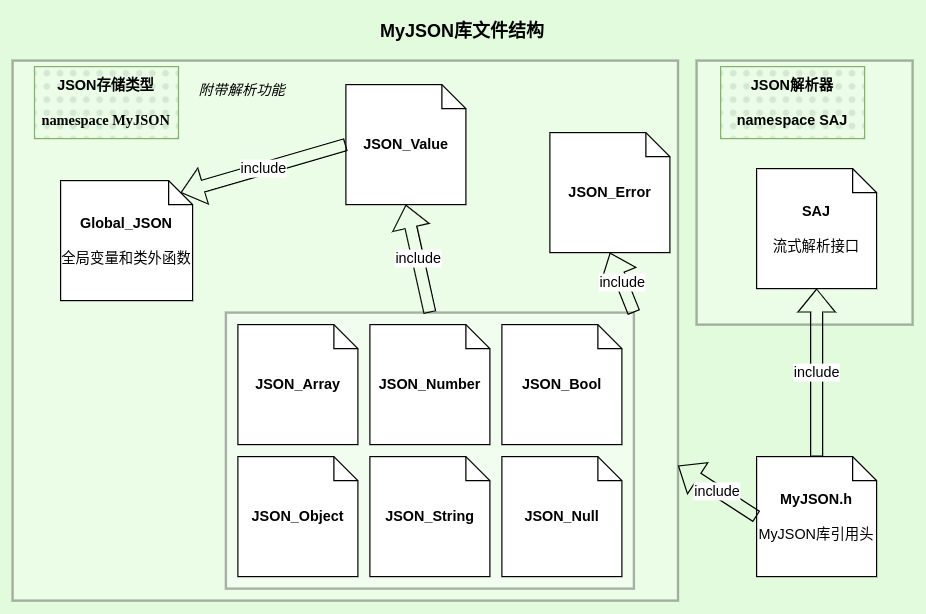
Before: pic_src/files.png, a diagram exported from draw.io (Tankckr/JSON_analyser). Source tidied: cells renumbered, new cells last; positions are measured from the earlier drawing's top-left corner, leaving out a move shared by most shapes.
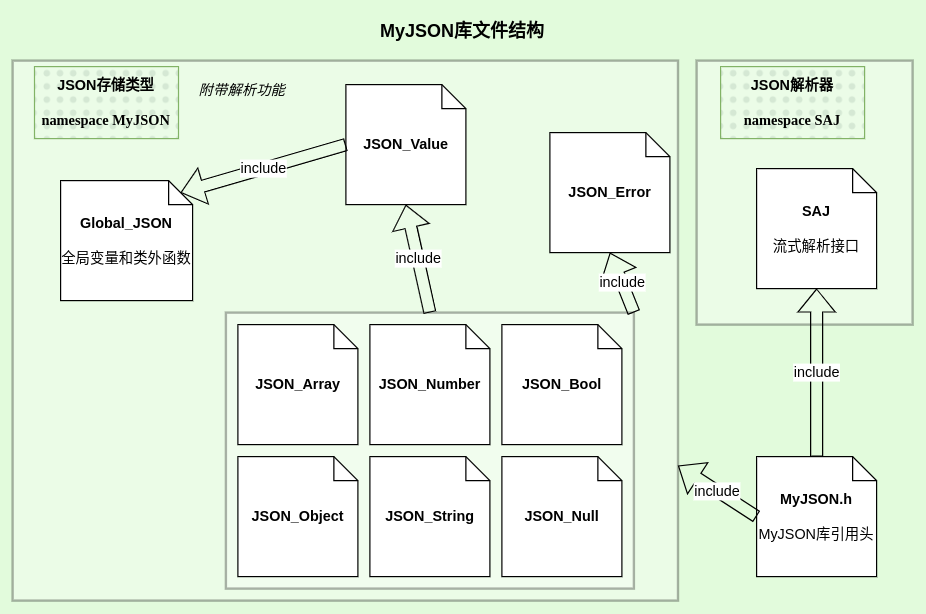
The same diagram one commit later.

Diff of the diagram source:
```diff
@@ -68,7 +68,7 @@
     <mxCell id="23" value="&lt;font style=&quot;font-size: 11px;&quot;&gt;附带解析功能&lt;/font&gt;" style="text;strokeColor=none;align=center;fillColor=none;html=1;verticalAlign=middle;whiteSpace=wrap;rounded=0;fontStyle=2;fontSize=8;fillStyle=dots;" parent="1" vertex="1">
       <mxGeometry x="150" y="60" width="102.8" height="30" as="geometry" />
     </mxCell>
-    <mxCell id="24" value="JSON解析器&lt;div&gt;&lt;br&gt;&lt;/div&gt;&lt;div&gt;namespace SAJ&lt;/div&gt;" style="text;strokeColor=#82b366;align=center;fillColor=#d5e8d4;html=1;verticalAlign=middle;whiteSpace=wrap;rounded=0;fontStyle=1;fontSize=12;fillStyle=dots;" parent="1" vertex="1">
+    <mxCell id="24" value="JSON解析器&lt;div&gt;&lt;br&gt;&lt;/div&gt;&lt;div&gt;&lt;font face=&quot;Times New Roman&quot;&gt;namespace SAJ&lt;/font&gt;&lt;/div&gt;" style="text;strokeColor=#82b366;align=center;fillColor=#d5e8d4;html=1;verticalAlign=middle;whiteSpace=wrap;rounded=0;fontStyle=1;fontSize=12;fillStyle=dots;" parent="1" vertex="1">
       <mxGeometry x="600" y="55" width="120" height="60" as="geometry" />
     </mxCell>
     <mxCell id="25" value="include" style="rounded=0;jettySize=auto;html=1;exitX=0;exitY=0.5;exitDx=0;exitDy=0;shape=flexArrow;strokeWidth=1;entryX=1;entryY=0.75;entryDx=0;entryDy=0;exitPerimeter=0;" parent="1" edge="1" source="16" target="4">
```
